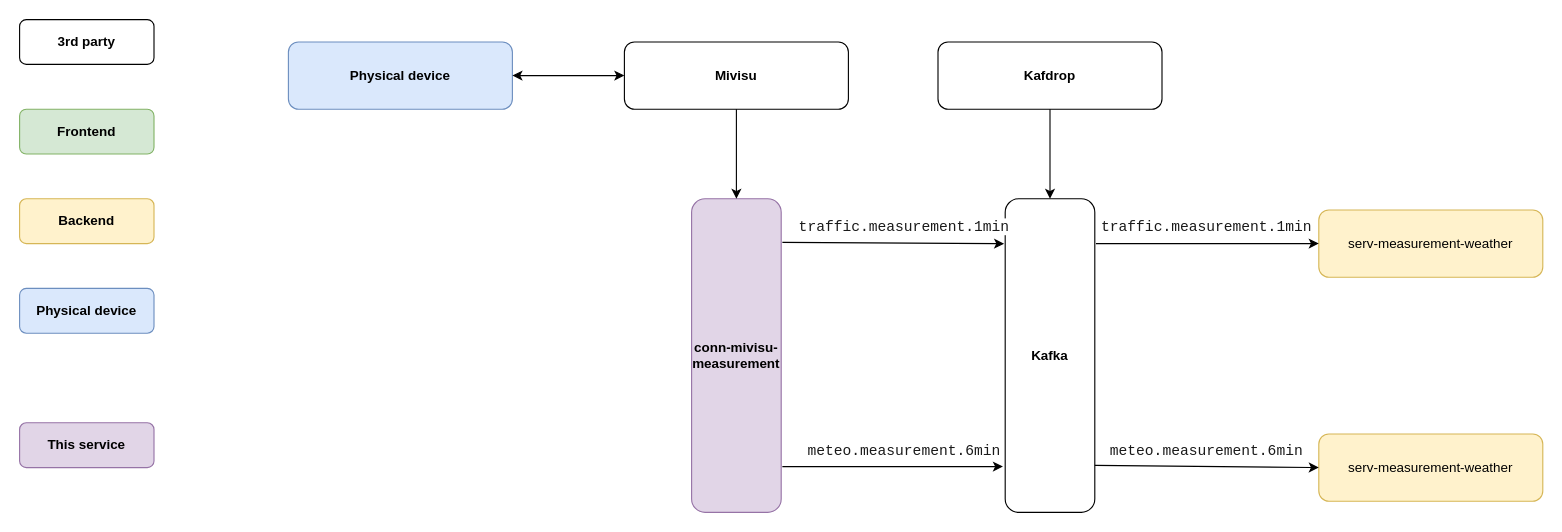
Earlier version of the draw.io diagram Untitled Diagram.drawio (theshysadec98/diagram_weather). Source tidied: cells renumbered, new cells numbered last; positions are measured from the earlier drawing's top-left corner, leaving out a move shared by most shapes. Both pictures are drawn from the tidied source at 112%, with x=0, y=0 at pixel (19, 19).
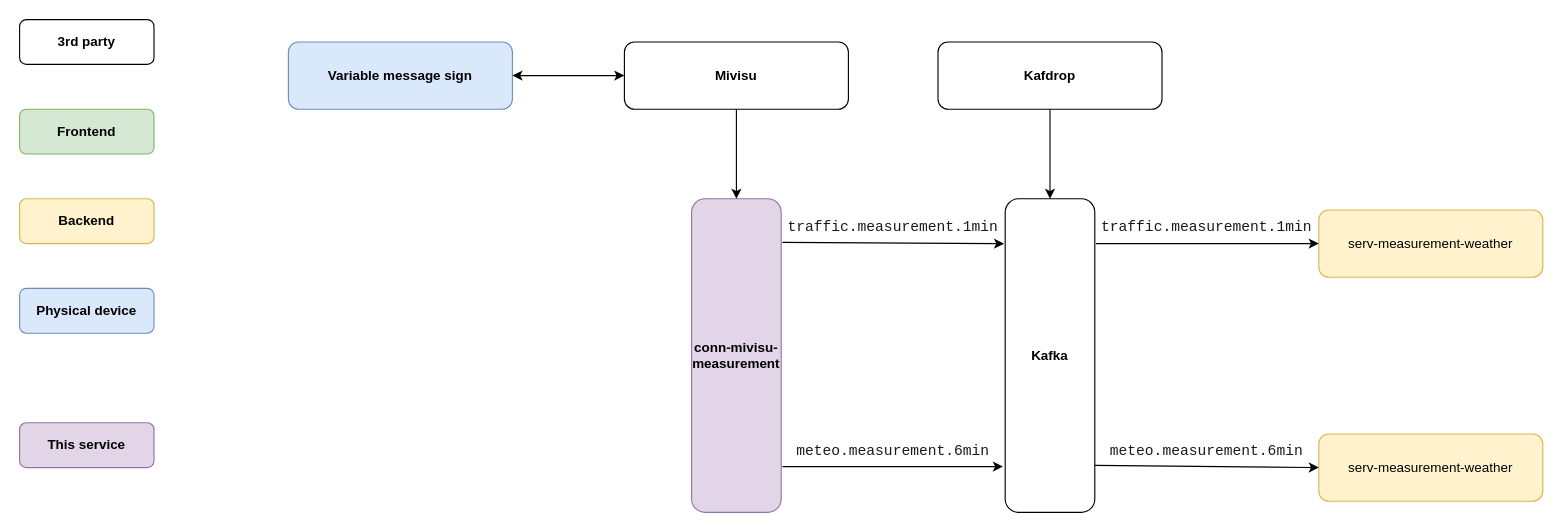
Above is the later version.

What changed in the source:
```diff
@@
     <mxCell id="13" value="&lt;pre&gt;&lt;font face=&quot;jetbrains mono, monospace&quot; color=&quot;#1a1a1a&quot;&gt;&lt;span style=&quot;font-size: 13.0667px ; background-color: rgb(255 , 255 , 255)&quot;&gt;meteo.measurement.6min&lt;/span&gt;&lt;/font&gt;&lt;font color=&quot;#bbbbbb&quot; face=&quot;jetbrains mono, monospace&quot; style=&quot;background-color: rgb(40 , 44 , 52)&quot;&gt;&lt;span style=&quot;font-size: 9.8pt&quot;&gt;&lt;br&gt;&lt;/span&gt;&lt;/font&gt;&lt;/pre&gt;" style="text;html=1;strokeColor=none;fillColor=none;align=center;verticalAlign=middle;whiteSpace=wrap;rounded=0;" parent="1" vertex="1">
-      <mxGeometry x="700" y="370" width="180" height="30" as="geometry" />
+      <mxGeometry x="690" y="370" width="180" height="30" as="geometry" />
     </mxCell>
@@
     <mxCell id="18" value="&lt;pre&gt;&lt;font face=&quot;jetbrains mono, monospace&quot; color=&quot;#1a1a1a&quot;&gt;&lt;span style=&quot;font-size: 13.0667px ; background-color: rgb(255 , 255 , 255)&quot;&gt;traffic.measurement.1min&lt;/span&gt;&lt;/font&gt;&lt;font color=&quot;#bbbbbb&quot; face=&quot;jetbrains mono, monospace&quot; style=&quot;background-color: rgb(40 , 44 , 52)&quot;&gt;&lt;span style=&quot;font-size: 9.8pt&quot;&gt;&lt;br&gt;&lt;/span&gt;&lt;/font&gt;&lt;/pre&gt;" style="text;html=1;strokeColor=none;fillColor=none;align=center;verticalAlign=middle;whiteSpace=wrap;rounded=0;" parent="1" vertex="1">
-      <mxGeometry x="700" y="170" width="180" height="30" as="geometry" />
+      <mxGeometry x="690" y="170" width="180" height="30" as="geometry" />
     </mxCell>
@@
-    <mxCell id="23" value="&lt;b&gt;Physical device&lt;/b&gt;" style="rounded=1;whiteSpace=wrap;html=1;fillColor=#dae8fc;strokeColor=#6c8ebf;" parent="1" vertex="1">
+    <mxCell id="23" value="&lt;b&gt;Variable message sign&lt;/b&gt;" style="rounded=1;whiteSpace=wrap;html=1;fillColor=#dae8fc;strokeColor=#6c8ebf;" parent="1" vertex="1">
       <mxGeometry x="240" y="20" width="200" height="60" as="geometry" />
     </mxCell>
```
